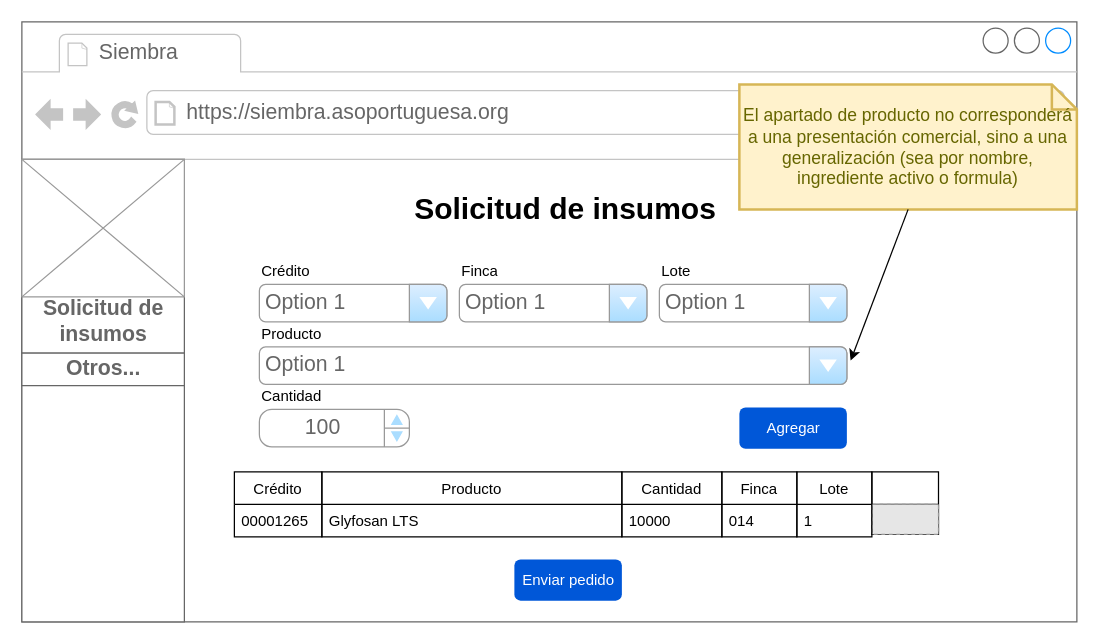
Above: page "Prod - Page-3" (3 of 10) of automatización de oei.drawio in NeroAlfonso/draw_docs (draw.io), before the change. Source tidied: cells renumbered, new cells numbered last; positions are measured from the earlier drawing's top-left corner, leaving out a move shared by most shapes. Both pictures are drawn from the tidied source at 125%, with x=0, y=0 at pixel (21, 21). Pictures stored in the file or linked from it are replaced by grey dashed boxes.
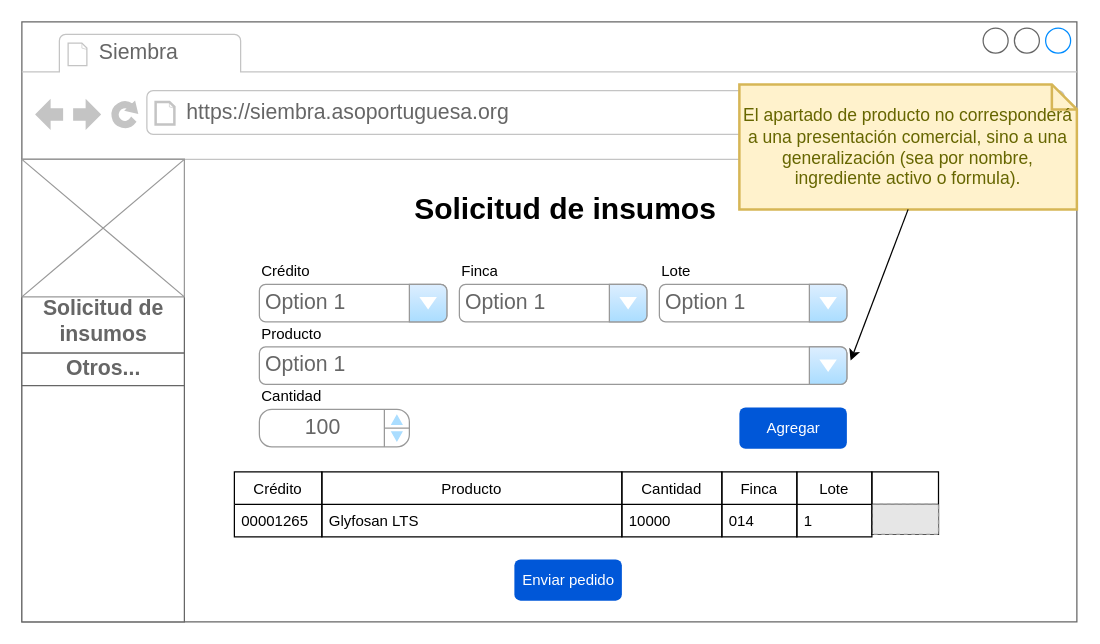
After the change.

Unchanged cells that the change refers to:
```xml
<mxCell id="2" style="strokeWidth=1;shadow=0;dashed=0;align=center;html=1;shape=mxgraph.mockup.containers.browserWindow;rSize=0;strokeColor=#666666;strokeColor2=#008cff;strokeColor3=#c4c4c4;mainText=,;" parent="1" vertex="1">
  <mxGeometry width="844" height="480" as="geometry" />
</mxCell>
```

Change to the diagram source:
```diff
@@
-    <mxCell id="29" value="El apartado de producto no corresponderá a una presentación comercial, sino a una generalización (sea por nombre, ingrediente activo o formula)" style="shape=note;strokeWidth=2;fontSize=14;size=20;whiteSpace=wrap;html=1;fillColor=#fff2cc;strokeColor=#d6b656;fontColor=#666600;align=center;" parent="2" vertex="1">
+    <mxCell id="29" value="El apartado de producto no corresponderá a una presentación comercial, sino a una generalización (sea por nombre, ingrediente activo o formula)." style="shape=note;strokeWidth=2;fontSize=14;size=20;whiteSpace=wrap;html=1;fillColor=#fff2cc;strokeColor=#d6b656;fontColor=#666600;align=center;" parent="2" vertex="1">
       <mxGeometry x="574" y="50" width="270" height="100" as="geometry" />
     </mxCell>
```
